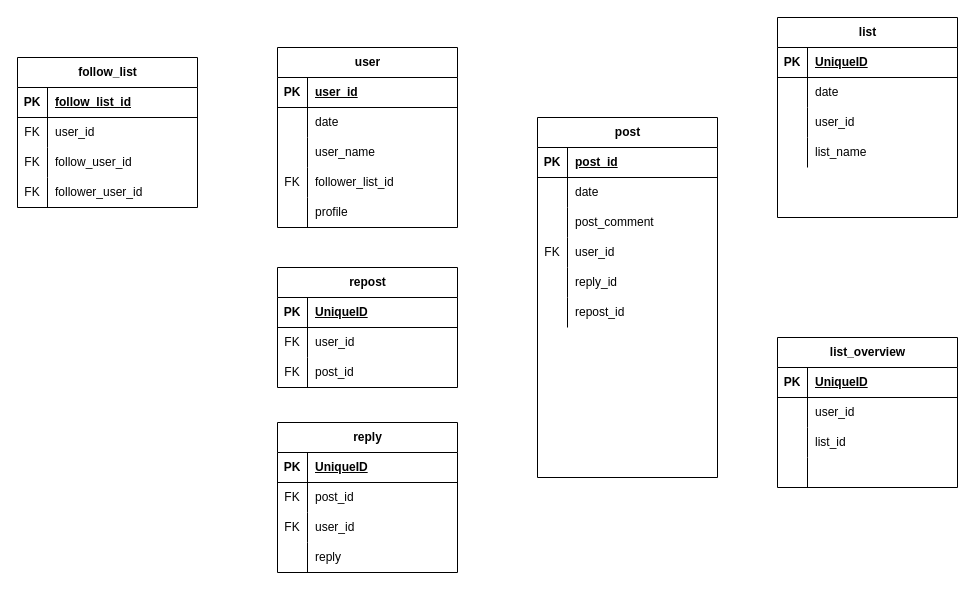
Earlier version of the draw.io diagram X.drawio (namacosansan/ER). Source tidied: cells renumbered, new cells numbered last; positions are measured from the earlier drawing's top-left corner, leaving out a move shared by most shapes. Both pictures are drawn from the tidied source at 100%, with x=0, y=0 at pixel (17, 17).
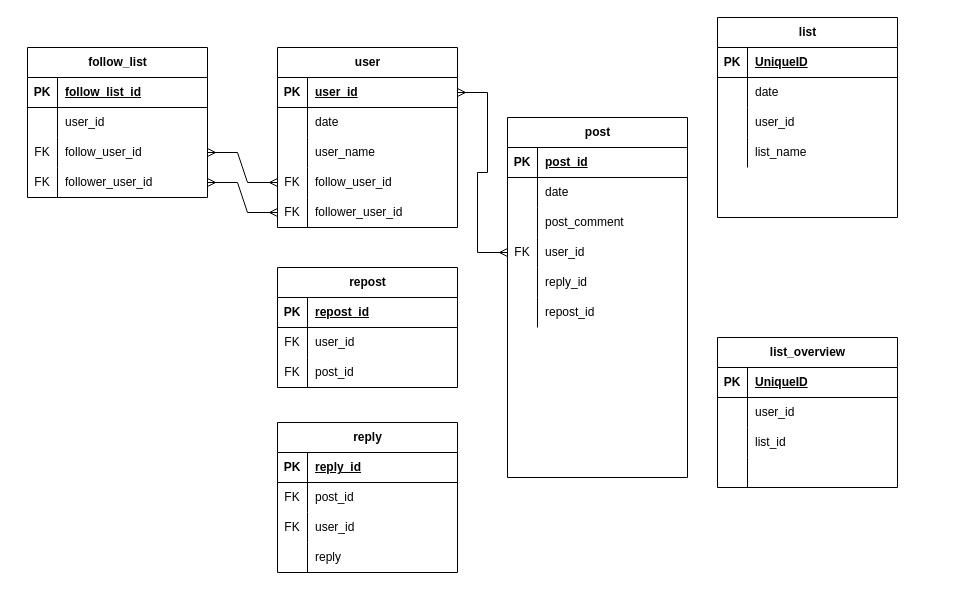
The same page after the edit.

Commit message (it also covers changes not shown here):
X.drawio を更新します

Unchanged cells that the change refers to:
```xml
<mxCell id="3" style="shape=tableRow;horizontal=0;startSize=0;swimlaneHead=0;swimlaneBody=0;fillColor=none;points=[[0,0.5],[1,0.5]];portConstraint=eastwest;top=0;left=0;right=0;bottom=1;" parent="2" vertex="1">
  <mxGeometry y="30" width="180" height="30" as="geometry" />
</mxCell>
<mxCell id="12" style="shape=tableRow;horizontal=0;startSize=0;swimlaneHead=0;swimlaneBody=0;fillColor=none;points=[[0,0.5],[1,0.5]];portConstraint=eastwest;top=0;left=0;right=0;bottom=0;" parent="2" vertex="1">
  <mxGeometry y="120" width="180" height="30" as="geometry" />
</mxCell>
<mxCell id="15" style="shape=tableRow;horizontal=0;startSize=0;swimlaneHead=0;swimlaneBody=0;fillColor=none;points=[[0,0.5],[1,0.5]];portConstraint=eastwest;top=0;left=0;right=0;bottom=0;" parent="2" vertex="1">
  <mxGeometry y="150" width="180" height="30" as="geometry" />
</mxCell>
<mxCell id="19" style="shape=tableRow;horizontal=0;startSize=0;swimlaneHead=0;swimlaneBody=0;fillColor=none;top=0;left=0;right=0;bottom=1;" parent="18" vertex="1">
  <mxGeometry y="30" width="180" height="30" as="geometry" />
</mxCell>
<mxCell id="32" style="shape=tableRow;horizontal=0;startSize=0;swimlaneHead=0;swimlaneBody=0;fillColor=none;top=0;left=0;right=0;bottom=1;" parent="31" vertex="1">
  <mxGeometry y="30" width="180" height="30" as="geometry" />
</mxCell>
<mxCell id="71" style="shape=tableRow;horizontal=0;startSize=0;swimlaneHead=0;swimlaneBody=0;fillColor=none;top=0;left=0;right=0;bottom=0;" parent="67" vertex="1">
  <mxGeometry y="60" width="180" height="30" as="geometry" />
</mxCell>
<mxCell id="74" style="shape=tableRow;horizontal=0;startSize=0;swimlaneHead=0;swimlaneBody=0;fillColor=none;points=[[0,0.5],[1,0.5]];portConstraint=eastwest;top=0;left=0;right=0;bottom=0;" parent="67" vertex="1">
  <mxGeometry y="90" width="180" height="30" as="geometry" />
</mxCell>
<mxCell id="77" style="shape=tableRow;horizontal=0;startSize=0;swimlaneHead=0;swimlaneBody=0;fillColor=none;points=[[0,0.5],[1,0.5]];portConstraint=eastwest;top=0;left=0;right=0;bottom=0;" parent="67" vertex="1">
  <mxGeometry y="120" width="180" height="30" as="geometry" />
</mxCell>
<mxCell id="90" style="shape=tableRow;horizontal=0;startSize=0;swimlaneHead=0;swimlaneBody=0;fillColor=none;points=[[0,0.5],[1,0.5]];portConstraint=eastwest;top=0;left=0;right=0;bottom=0;" parent="80" vertex="1">
  <mxGeometry y="120" width="180" height="30" as="geometry" />
</mxCell>
```

What changed in the source:
```diff
@@
-    <mxCell id="14" value="follower_list_id" style="shape=partialRectangle;fillColor=none;top=0;left=0;bottom=0;right=0;align=left;spacingLeft=6;overflow=hidden;whiteSpace=wrap;html=1;" parent="12" vertex="1">
+    <mxCell id="14" value="follow_user_id" style="shape=partialRectangle;fillColor=none;top=0;left=0;bottom=0;right=0;align=left;spacingLeft=6;overflow=hidden;whiteSpace=wrap;html=1;" parent="12" vertex="1">
       <mxGeometry x="30" width="150" height="30" as="geometry" />
     </mxCell>
@@
-    <mxCell id="16" style="shape=partialRectangle;fillColor=none;top=0;left=0;bottom=0;right=0;overflow=hidden;whiteSpace=wrap;html=1;" parent="15" vertex="1">
+    <mxCell id="16" value="FK" style="shape=partialRectangle;fillColor=none;top=0;left=0;bottom=0;right=0;overflow=hidden;whiteSpace=wrap;html=1;" parent="15" vertex="1">
       <mxGeometry width="30" height="30" as="geometry" />
     </mxCell>
-    <mxCell id="17" value="profile" style="shape=partialRectangle;fillColor=none;top=0;left=0;bottom=0;right=0;align=left;spacingLeft=6;overflow=hidden;whiteSpace=wrap;html=1;" parent="15" vertex="1">
+    <mxCell id="17" value="follower_user_id" style="shape=partialRectangle;fillColor=none;top=0;left=0;bottom=0;right=0;align=left;spacingLeft=6;overflow=hidden;whiteSpace=wrap;html=1;" parent="15" vertex="1">
       <mxGeometry x="30" width="150" height="30" as="geometry" />
     </mxCell>
@@
-    <mxCell id="21" value="UniqueID" style="shape=partialRectangle;fillColor=none;top=0;left=0;bottom=0;right=0;align=left;spacingLeft=6;fontStyle=5;overflow=hidden;whiteSpace=wrap;html=1;" parent="19" vertex="1">
+    <mxCell id="21" value="reply_id" style="shape=partialRectangle;fillColor=none;top=0;left=0;bottom=0;right=0;align=left;spacingLeft=6;fontStyle=5;overflow=hidden;whiteSpace=wrap;html=1;" parent="19" vertex="1">
       <mxGeometry x="30" width="150" height="30" as="geometry" />
     </mxCell>
@@
-    <mxCell id="34" value="UniqueID" style="shape=partialRectangle;fillColor=none;top=0;left=0;bottom=0;right=0;align=left;spacingLeft=6;fontStyle=5;overflow=hidden;whiteSpace=wrap;html=1;" parent="32" vertex="1">
+    <mxCell id="34" value="repost_id" style="shape=partialRectangle;fillColor=none;top=0;left=0;bottom=0;right=0;align=left;spacingLeft=6;fontStyle=5;overflow=hidden;whiteSpace=wrap;html=1;" parent="32" vertex="1">
       <mxGeometry x="30" width="150" height="30" as="geometry" />
     </mxCell>
@@
     <mxCell id="41" value="list_overview" style="shape=table;startSize=30;childLayout=tableLayout;rowLines=0;fontStyle=1;align=center;html=1;" parent="1" vertex="1">
-      <mxGeometry x="760" y="320" width="180" height="150" as="geometry" />
+      <mxGeometry x="700" y="320" width="180" height="150" as="geometry" />
     </mxCell>
@@
     <mxCell id="54" value="list" style="shape=table;startSize=30;childLayout=tableLayout;rowLines=0;fontStyle=1;align=center;html=1;" parent="1" vertex="1">
-      <mxGeometry x="760" width="180" height="200" as="geometry" />
+      <mxGeometry x="700" width="180" height="200" as="geometry" />
     </mxCell>
@@
     <mxCell id="67" value="follow_list" style="shape=table;startSize=30;childLayout=tableLayout;rowLines=0;fontStyle=1;align=center;html=1;" parent="1" vertex="1">
-      <mxGeometry y="40" width="180" height="150" as="geometry" />
+      <mxGeometry x="10" y="30" width="180" height="150" as="geometry" />
     </mxCell>
@@
-    <mxCell id="72" value="FK" style="shape=partialRectangle;fillColor=none;top=0;left=0;bottom=0;right=0;overflow=hidden;whiteSpace=wrap;html=1;" parent="71" vertex="1">
+    <mxCell id="72" style="shape=partialRectangle;fillColor=none;top=0;left=0;bottom=0;right=0;overflow=hidden;whiteSpace=wrap;html=1;" parent="71" vertex="1">
       <mxGeometry width="30" height="30" as="geometry" />
     </mxCell>
@@
     <mxCell id="80" value="post" style="shape=table;startSize=30;childLayout=tableLayout;rowLines=0;fontStyle=1;align=center;html=1;" parent="1" vertex="1">
-      <mxGeometry x="520" y="100" width="180" height="360" as="geometry" />
+      <mxGeometry x="490" y="100" width="180" height="360" as="geometry" />
     </mxCell>
@@
+    <mxCell id="99" style="edgeStyle=entityRelationEdgeStyle;fontSize=12;html=1;endArrow=ERmany;startArrow=ERmany;rounded=0;exitX=1;exitY=0.5;exitDx=0;exitDy=0;entryX=0;entryY=0.5;entryDx=0;entryDy=0;" parent="1" edge="1" source="74" target="12">
+      <mxGeometry relative="1" as="geometry" />
+    </mxCell>
+    <mxCell id="100" style="edgeStyle=entityRelationEdgeStyle;fontSize=12;html=1;endArrow=ERmany;startArrow=ERmany;rounded=0;entryX=0;entryY=0.5;entryDx=0;entryDy=0;" parent="1" edge="1" source="77" target="15">
+      <mxGeometry relative="1" as="geometry" />
+    </mxCell>
+    <mxCell id="101" style="edgeStyle=entityRelationEdgeStyle;fontSize=12;html=1;endArrow=ERmany;startArrow=ERmany;rounded=0;entryX=0;entryY=0.5;entryDx=0;entryDy=0;" parent="1" edge="1" source="3" target="90">
+      <mxGeometry relative="1" as="geometry" />
+    </mxCell>
```
